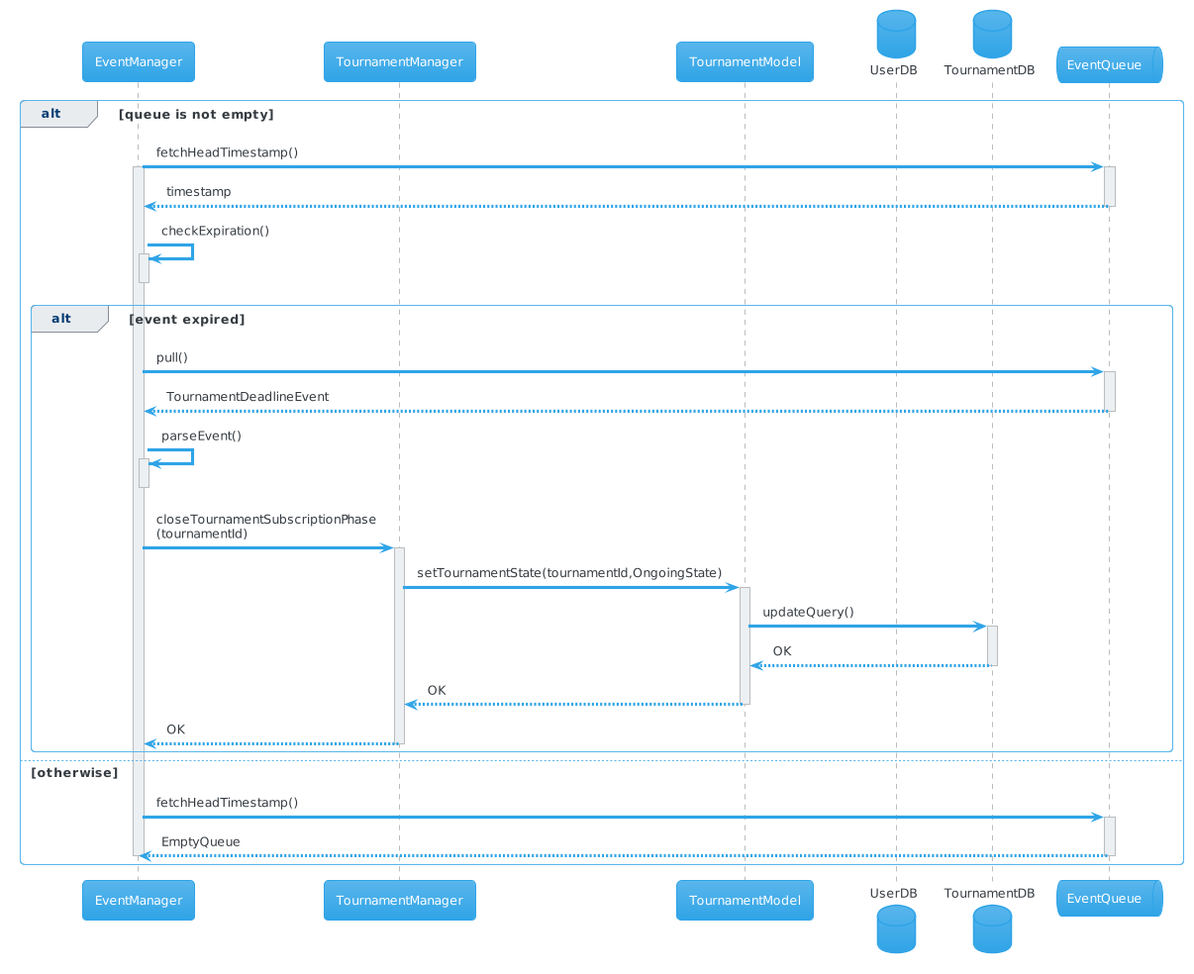
This is DD/Diagrams/sequence/create_tournament_pull_deadline.png from TommasoCapacci/SEII-2024-Capacci-Ginestroni, a PlantUML export, as it was before one commit. The source it was exported from:
```plantuml
@startuml
!theme cerulean
participant EventManager as eventManager
participant TournamentManager as tourManager
participant TournamentModel as tourModel
database UserDB as userDB
database TournamentDB as tourDB
queue EventQueue as eventQueue
alt queue is not empty
eventManager -> eventQueue: fetchHeadTimestamp()
activate eventManager
activate eventQueue
eventQueue --> eventManager: timestamp
deactivate eventQueue
eventManager -> eventManager: checkExpiration()
activate eventManager
deactivate eventManager
alt event expired
eventManager -> eventQueue: pull()
activate eventQueue
eventQueue --> eventManager: TournamentDeadlineEvent
deactivate eventQueue
eventManager -> eventManager: parseEvent()
activate eventManager
deactivate eventManager
eventManager -> tourManager: closeTournamentSubscriptionPhase\n(tournamentId)
activate tourManager
tourManager -> tourModel: setTournamentState(tournamentId,OngoingState)
activate tourModel
tourModel -> tourDB: updateQuery()
activate tourDB
tourDB --> tourModel: OK
deactivate tourDB
tourModel --> tourManager: OK
deactivate tourModel
tourManager --> eventManager: OK
deactivate tourManager
end
else otherwise
eventManager -> eventQueue: fetchHeadTimestamp()
activate eventQueue
eventQueue --> eventManager: EmptyQueue
deactivate eventQueue
deactivate eventManager
end
@enduml
```
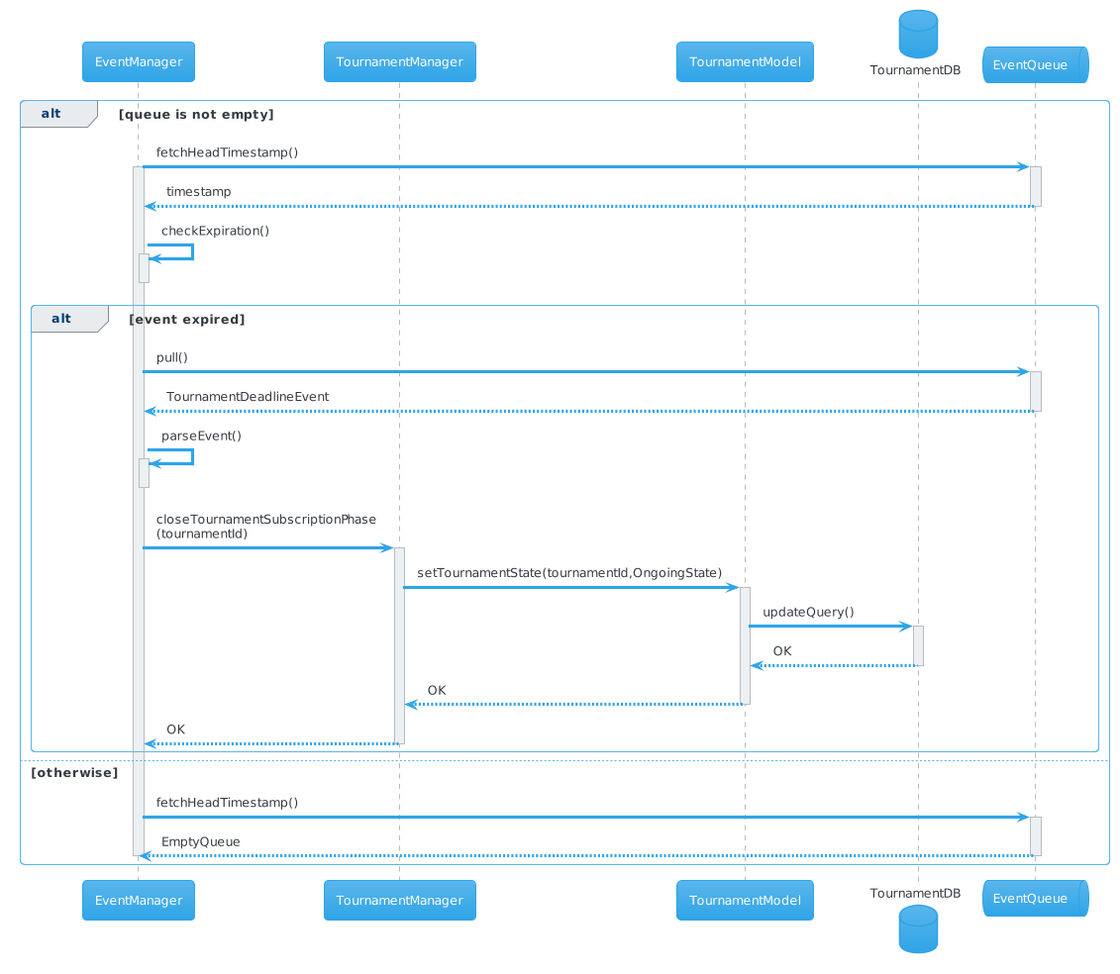
After the commit.

The edit, as a diff of the source:
```diff
@@ -3,7 +3,6 @@
 participant EventManager as eventManager
 participant TournamentManager as tourManager
 participant TournamentModel as tourModel
-database UserDB as userDB
 database TournamentDB as tourDB
 queue EventQueue as eventQueue
 alt queue is not empty
```
